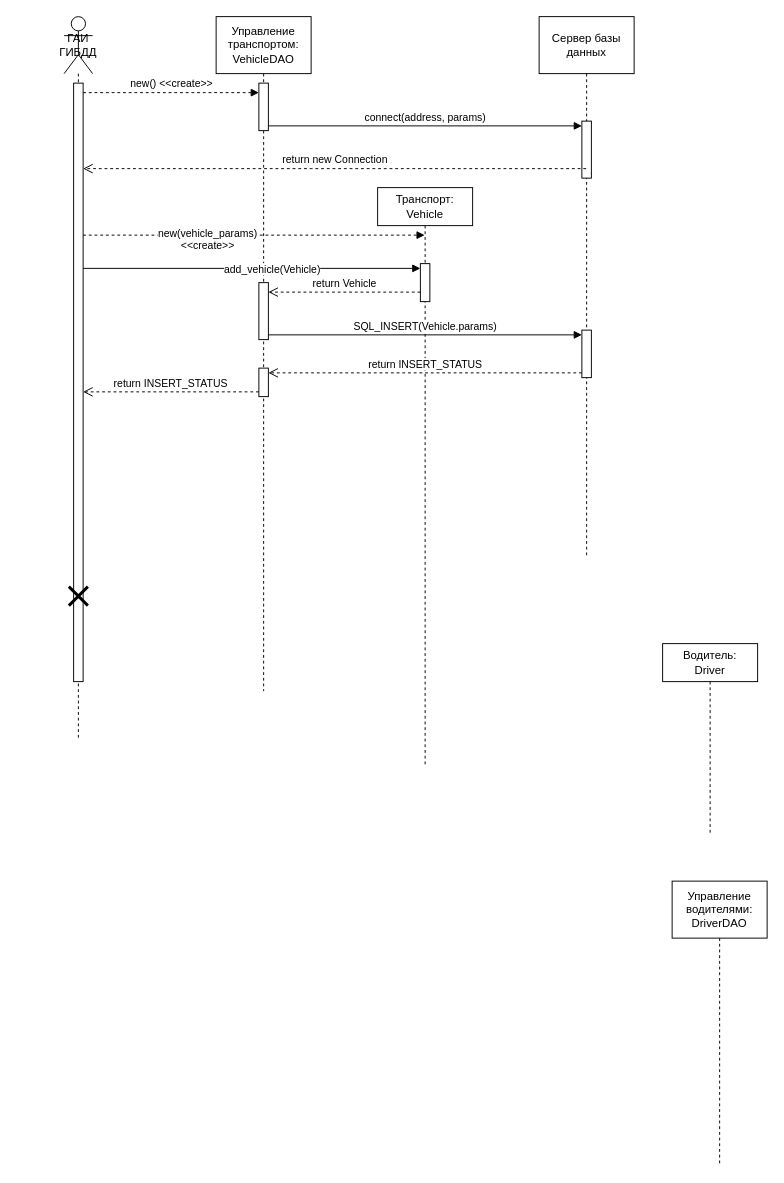
The draw.io diagram lab4.drawio in duahifnv/SystemsArchitecture, before the edit. Source tidied: cells renumbered, new cells numbered last; positions are measured from the earlier drawing's top-left corner, leaving out a move shared by most shapes. Both pictures are drawn from the tidied source at 95%, with x=0, y=0 at pixel (64, 16).
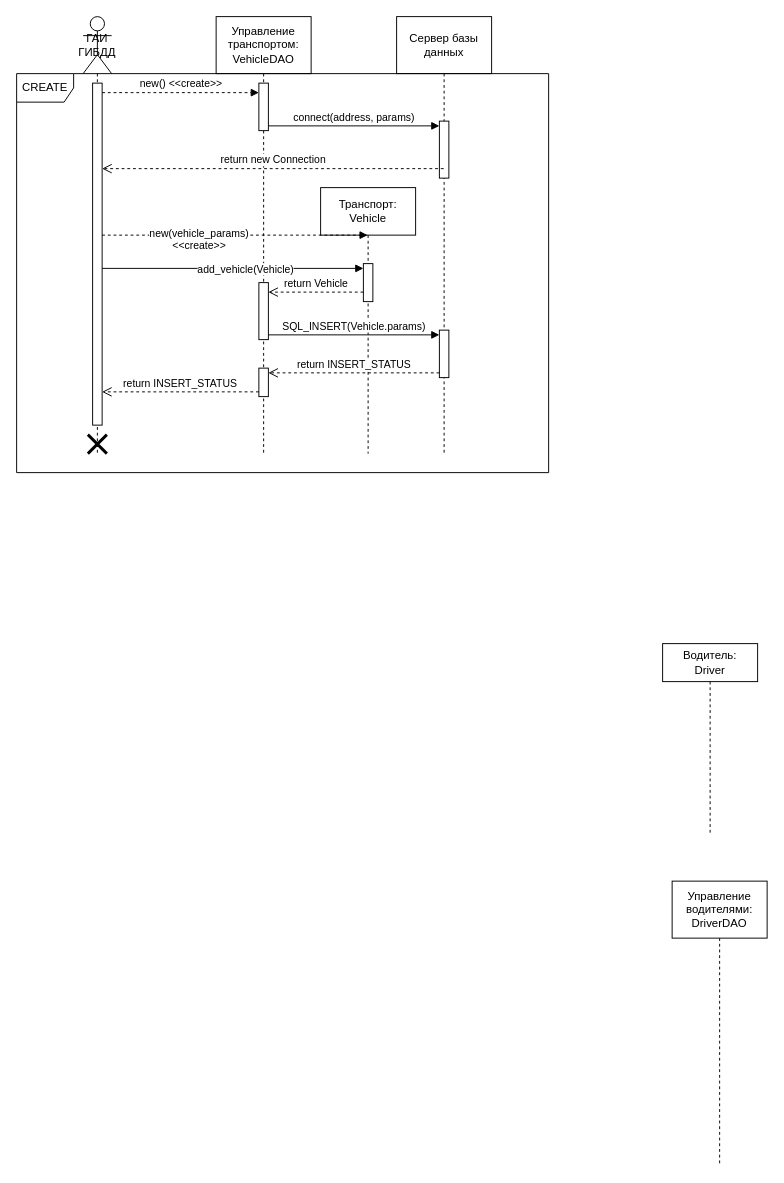
After the change.

Change to the diagram source:
```diff
@@
     <mxCell id="2" value="ГАИ ГИБДД" style="shape=umlLifeline;perimeter=lifelinePerimeter;whiteSpace=wrap;html=1;newEdgeStyle={&quot;curved&quot;:0,&quot;rounded&quot;:0};participant=umlActor;size=60;" parent="1" vertex="1">
-      <mxGeometry width="30" height="760" as="geometry" />
+      <mxGeometry x="20" width="30" height="460" as="geometry" />
     </mxCell>
     <mxCell id="3" style="html=1;points=[[0,0,0,0,5],[0,1,0,0,-5],[1,0,0,0,5],[1,1,0,0,-5]];perimeter=orthogonalPerimeter;outlineConnect=0;targetShapes=umlLifeline;portConstraint=eastwest;newEdgeStyle={&quot;curved&quot;:0,&quot;rounded&quot;:0};" parent="2" vertex="1">
-      <mxGeometry x="10" y="70" width="10" height="630" as="geometry" />
+      <mxGeometry x="10" y="70" width="10" height="360" as="geometry" />
     </mxCell>
     <mxCell id="4" style="shape=umlDestroy;whiteSpace=wrap;html=1;strokeWidth=3;targetShapes=umlLifeline;" parent="2" vertex="1">
-      <mxGeometry x="5" y="600" width="20" height="20" as="geometry" />
+      <mxGeometry x="5" y="440" width="20" height="20" as="geometry" />
     </mxCell>
-    <mxCell id="5" value="Транспорт:&lt;div&gt;Vehicle&lt;/div&gt;" style="shape=umlLifeline;perimeter=lifelinePerimeter;whiteSpace=wrap;html=1;outlineConnect=0;portConstraint=eastwest;newEdgeStyle={&quot;curved&quot;:0,&quot;rounded&quot;:0};size=40;" parent="1" vertex="1">
-      <mxGeometry x="330" y="180" width="100" height="610" as="geometry" />
+    <mxCell id="5" value="Транспорт:&lt;div&gt;Vehicle&lt;/div&gt;" style="shape=umlLifeline;perimeter=lifelinePerimeter;whiteSpace=wrap;html=1;outlineConnect=0;portConstraint=eastwest;newEdgeStyle={&quot;curved&quot;:0,&quot;rounded&quot;:0};size=50;" parent="1" vertex="1">
+      <mxGeometry x="270" y="180" width="100" height="280" as="geometry" />
     </mxCell>
@@
     <mxCell id="7" value="Управление транспортом:&lt;div&gt;VehicleDAO&lt;/div&gt;" style="shape=umlLifeline;perimeter=lifelinePerimeter;whiteSpace=wrap;html=1;newEdgeStyle={&quot;curved&quot;:0,&quot;rounded&quot;:0};size=60;" parent="1" vertex="1">
-      <mxGeometry x="160" width="100" height="710" as="geometry" />
+      <mxGeometry x="160" width="100" height="460" as="geometry" />
     </mxCell>
@@
     <mxCell id="14" value="Сервер базы данных" style="shape=umlLifeline;perimeter=lifelinePerimeter;whiteSpace=wrap;html=1;outlineConnect=0;portConstraint=eastwest;newEdgeStyle={&quot;curved&quot;:0,&quot;rounded&quot;:0};size=60;" parent="1" vertex="1">
-      <mxGeometry x="500" width="100" height="570" as="geometry" />
+      <mxGeometry x="350" width="100" height="460" as="geometry" />
     </mxCell>
@@
+    <mxCell id="26" value="CREATE" style="shape=umlFrame;whiteSpace=wrap;html=1;" parent="1" vertex="1">
+      <mxGeometry x="-50" y="60" width="560" height="420" as="geometry" />
+    </mxCell>
```
